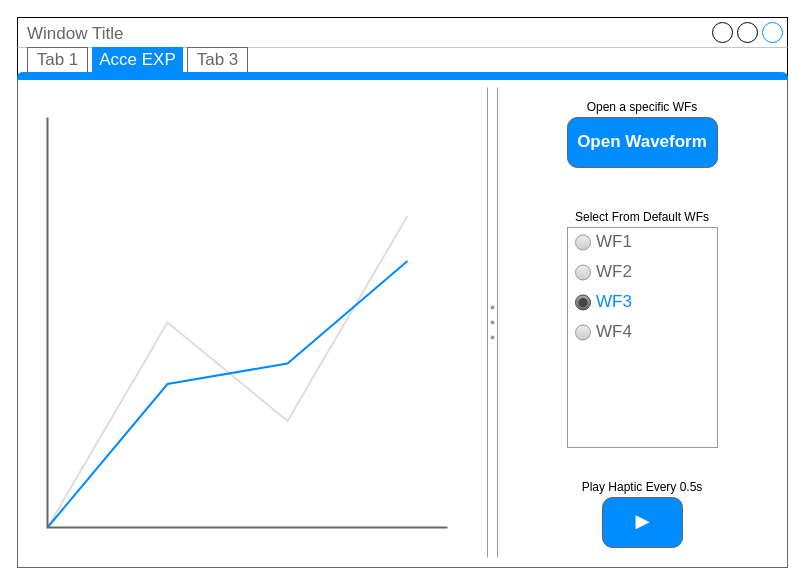
Earlier version of the draw.io diagram HMI GUI Tab View ACCE2.drawio (yinxingyi/DRAW.IO). Source tidied: cells renumbered, new cells numbered last; positions are measured from the earlier drawing's top-left corner, leaving out a move shared by most shapes. Both pictures are drawn from the tidied source at 100%, with x=0, y=0 at pixel (17, 17).
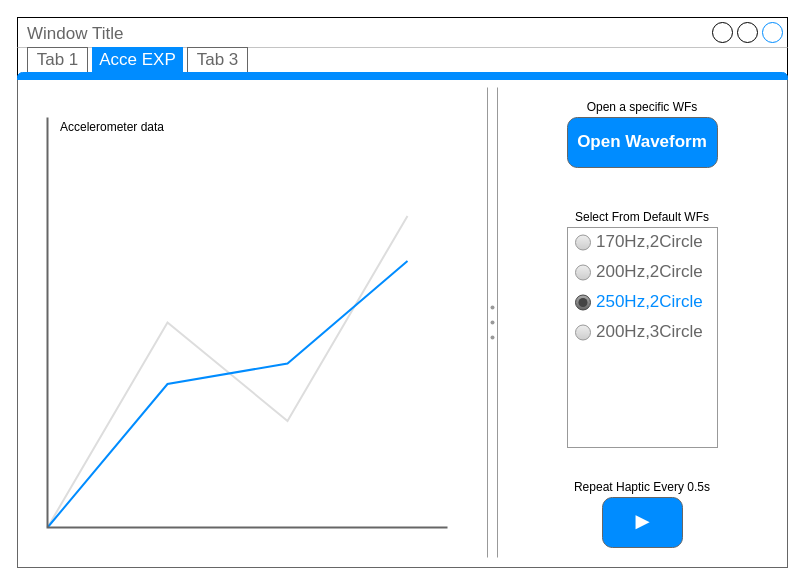
The same diagram, later.

Unchanged cells that the change refers to:
```xml
<mxCell id="3" style="strokeWidth=1;shadow=0;dashed=0;align=center;html=1;shape=mxgraph.mockup.containers.marginRect2;rectMarginTop=32;strokeColor=#666666;gradientColor=none;" parent="1" vertex="1">
  <mxGeometry y="30" width="770" height="520" as="geometry" />
</mxCell>
<mxCell id="9" style="strokeWidth=1;shadow=0;dashed=0;align=center;html=1;shape=mxgraph.mockup.forms.rrect;rSize=0;strokeColor=#999999;fillColor=#ffffff;" parent="3" vertex="1">
  <mxGeometry x="550" y="180" width="150" height="220" as="geometry" />
</mxCell>
```

Change to the diagram source:
```diff
@@
-    <mxCell id="10" value="WF1" style="shape=ellipse;rSize=0;fillColor=#eeeeee;strokeColor=#999999;gradientColor=#cccccc;html=1;align=left;spacingLeft=4;fontSize=17;fontColor=#666666;labelPosition=right;" parent="9" vertex="1">
+    <mxCell id="10" value="170Hz,2Circle" style="shape=ellipse;rSize=0;fillColor=#eeeeee;strokeColor=#999999;gradientColor=#cccccc;html=1;align=left;spacingLeft=4;fontSize=17;fontColor=#666666;labelPosition=right;" parent="9" vertex="1">
       <mxGeometry x="8" y="7.5" width="15" height="15" as="geometry" />
     </mxCell>
-    <mxCell id="11" value="WF2" style="shape=ellipse;rSize=0;fillColor=#eeeeee;strokeColor=#999999;gradientColor=#cccccc;html=1;align=left;spacingLeft=4;fontSize=17;fontColor=#666666;labelPosition=right;" parent="9" vertex="1">
+    <mxCell id="11" value="200Hz,2Circle" style="shape=ellipse;rSize=0;fillColor=#eeeeee;strokeColor=#999999;gradientColor=#cccccc;html=1;align=left;spacingLeft=4;fontSize=17;fontColor=#666666;labelPosition=right;" parent="9" vertex="1">
       <mxGeometry x="8" y="37.5" width="15" height="15" as="geometry" />
     </mxCell>
-    <mxCell id="12" value="WF3" style="shape=ellipse;rSize=0;fillColor=#aaaaaa;strokeColor=#444444;gradientColor=#666666;html=1;align=left;spacingLeft=4;fontSize=17;fontColor=#008cff;labelPosition=right;" parent="9" vertex="1">
+    <mxCell id="12" value="250Hz,2Circle" style="shape=ellipse;rSize=0;fillColor=#aaaaaa;strokeColor=#444444;gradientColor=#666666;html=1;align=left;spacingLeft=4;fontSize=17;fontColor=#008cff;labelPosition=right;" parent="9" vertex="1">
       <mxGeometry x="8" y="67.5" width="15" height="15" as="geometry" />
     </mxCell>
@@
-    <mxCell id="14" value="WF4" style="shape=ellipse;rSize=0;fillColor=#eeeeee;strokeColor=#999999;gradientColor=#cccccc;html=1;align=left;spacingLeft=4;fontSize=17;fontColor=#666666;labelPosition=right;" parent="9" vertex="1">
+    <mxCell id="14" value="200Hz,3Circle" style="shape=ellipse;rSize=0;fillColor=#eeeeee;strokeColor=#999999;gradientColor=#cccccc;html=1;align=left;spacingLeft=4;fontSize=17;fontColor=#666666;labelPosition=right;" parent="9" vertex="1">
       <mxGeometry x="8" y="97.5" width="15" height="15" as="geometry" />
     </mxCell>
@@
-    <mxCell id="19" value="Play Haptic Every 0.5s" style="text;html=1;strokeColor=none;fillColor=none;align=center;verticalAlign=middle;whiteSpace=wrap;rounded=0;" parent="3" vertex="1">
+    <mxCell id="19" value="Repeat Haptic Every 0.5s" style="text;html=1;strokeColor=none;fillColor=none;align=center;verticalAlign=middle;whiteSpace=wrap;rounded=0;" parent="3" vertex="1">
       <mxGeometry x="550" y="430" width="150" height="20" as="geometry" />
     </mxCell>
@@
+    <mxCell id="21" value="Accelerometer data" style="text;html=1;strokeColor=none;fillColor=none;align=center;verticalAlign=middle;whiteSpace=wrap;rounded=0;" parent="3" vertex="1">
+      <mxGeometry x="20" y="70" width="150" height="20" as="geometry" />
+    </mxCell>
```
